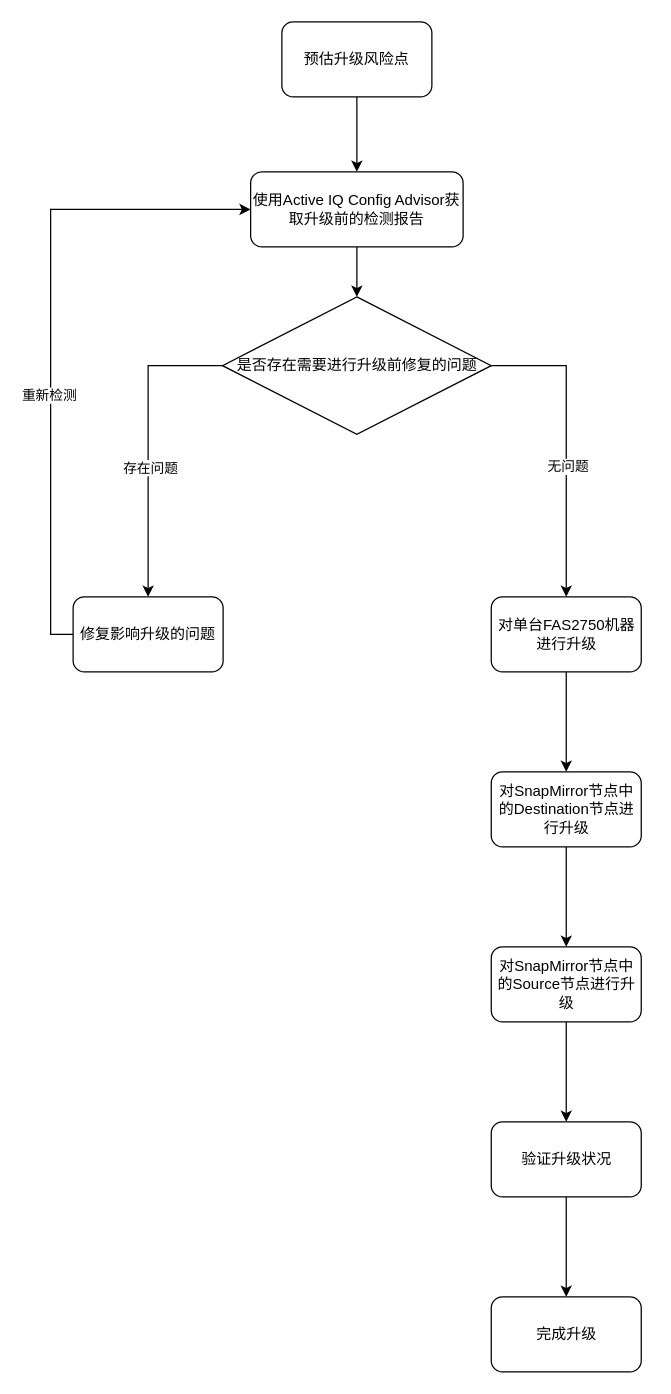
Before: NetApp升级流程图.drawio in lrAltas/DrwaIO, a draw.io diagram. Source tidied: cells renumbered, new cells numbered last; positions are measured from the earlier drawing's top-left corner, leaving out a move shared by most shapes. Both pictures are drawn from the tidied source at 125%, with x=0, y=0 at pixel (50, 21).
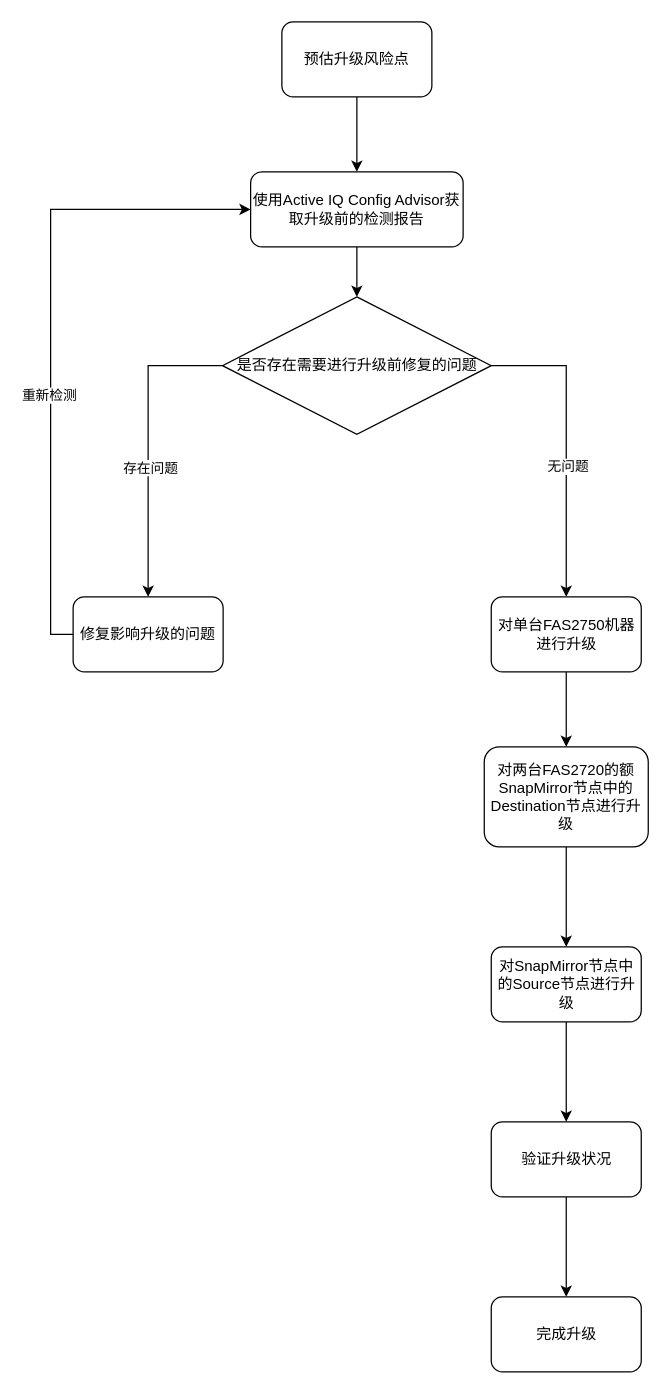
Above is the later version.

Commit message (it also covers changes not shown here):
更新NetApp升级流程图.drawio

Change to the diagram source:
```diff
@@
-    <mxCell id="17" value="对SnapMirror节点中的Destination节点进行升级" style="whiteSpace=wrap;html=1;rounded=1;" parent="1" vertex="1">
-      <mxGeometry x="352.5" y="600" width="120" height="60" as="geometry" />
+    <mxCell id="17" value="对两台FAS2720的额SnapMirror节点中的Destination节点进行升级" style="whiteSpace=wrap;html=1;rounded=1;" parent="1" vertex="1">
+      <mxGeometry x="346.9" y="580" width="131.2" height="80" as="geometry" />
     </mxCell>
```
